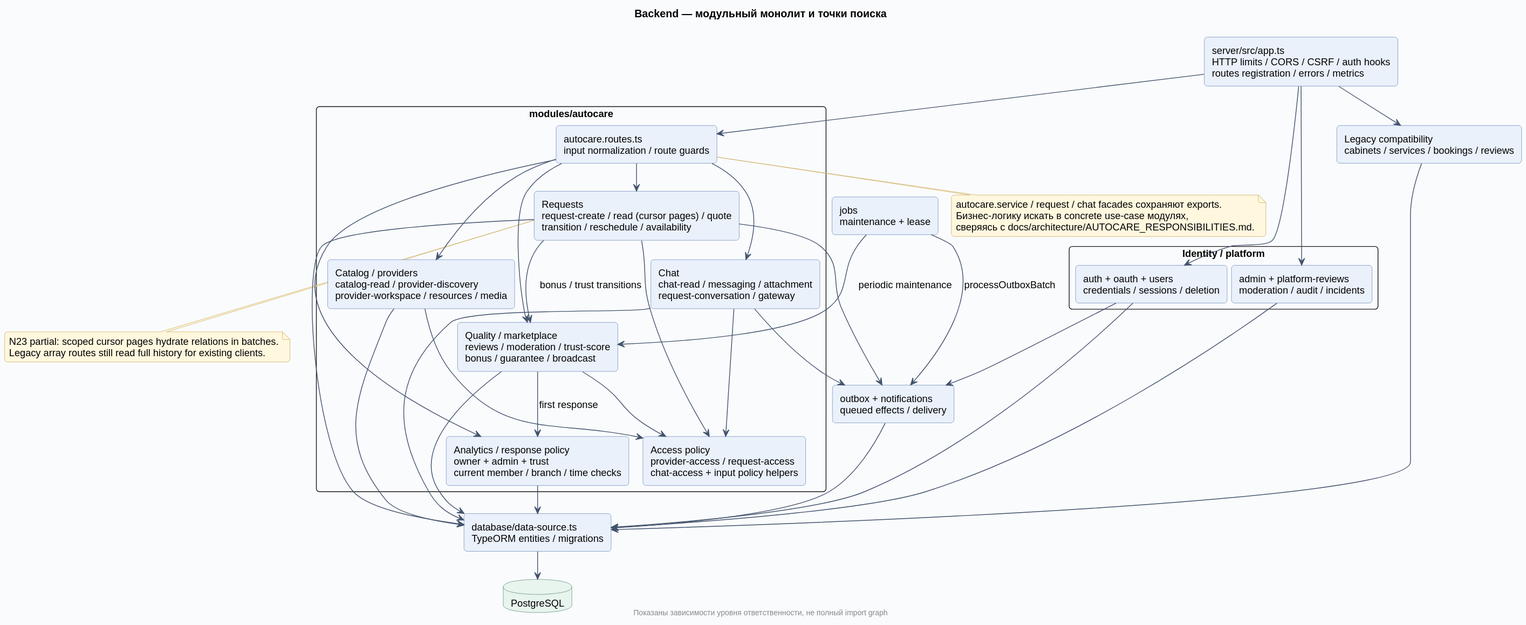
Before: docs/diagrams/rendered/04-backend.svg, a diagram exported from PlantUML (Dima163163/auto-care-hub).
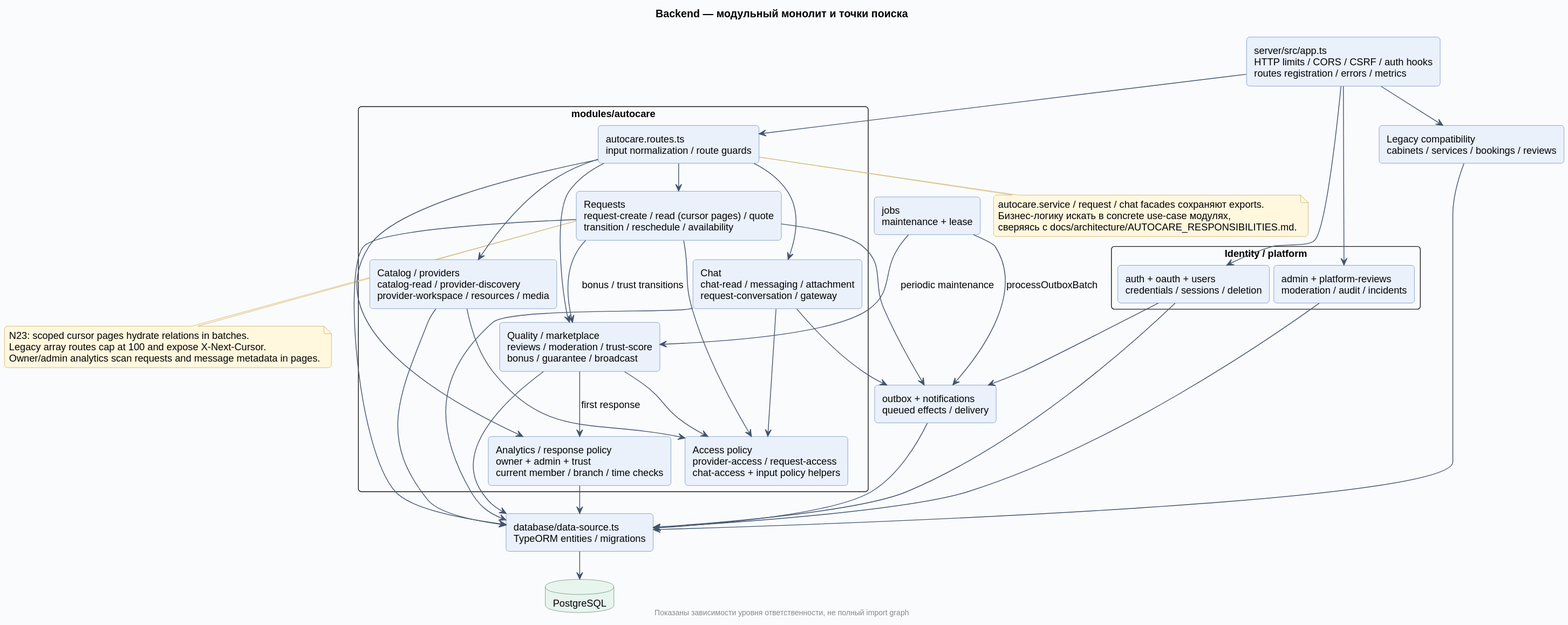
Later version of the same file.

What changed in the source:
```diff
@@ -57,8 +57,9 @@
   сверяясь с docs/architecture/AUTOCARE_RESPONSIBILITIES.md.
 end note
 note bottom of Requests
-  N23 partial: scoped cursor pages hydrate relations in batches.
-  Legacy array routes still read full history for existing clients.
+  N23: scoped cursor pages hydrate relations in batches.
+  Legacy array routes cap at 100 and expose X-Next-Cursor.
+  Owner/admin analytics scan requests and message metadata in pages.
 end note
 footer Показаны зависимости уровня ответственности, не полный import graph
 @enduml
```
